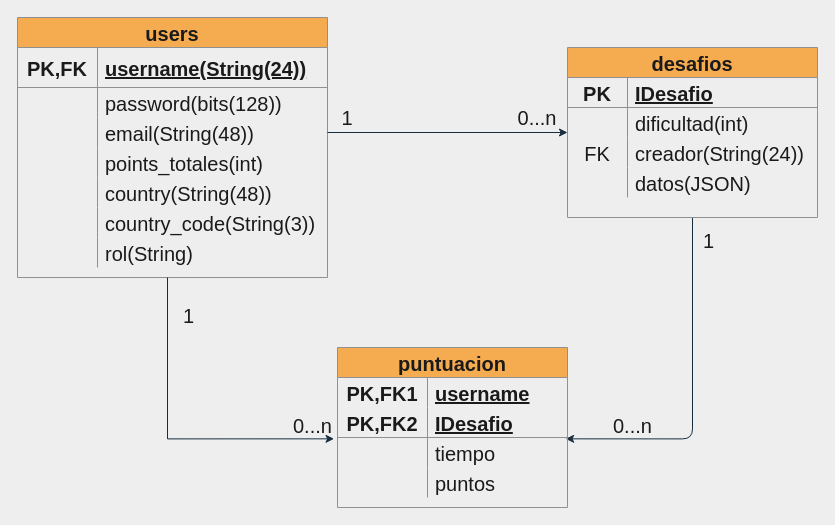
Before: docs/EstructuraDeDatos.drawio in jjg99/ProyectoFinalPAT, a draw.io diagram. Source tidied: cells renumbered, new cells numbered last; positions are measured from the earlier drawing's top-left corner, leaving out a move shared by most shapes. Both pictures are drawn from the tidied source at 100%, with x=0, y=0 at pixel (17, 17).
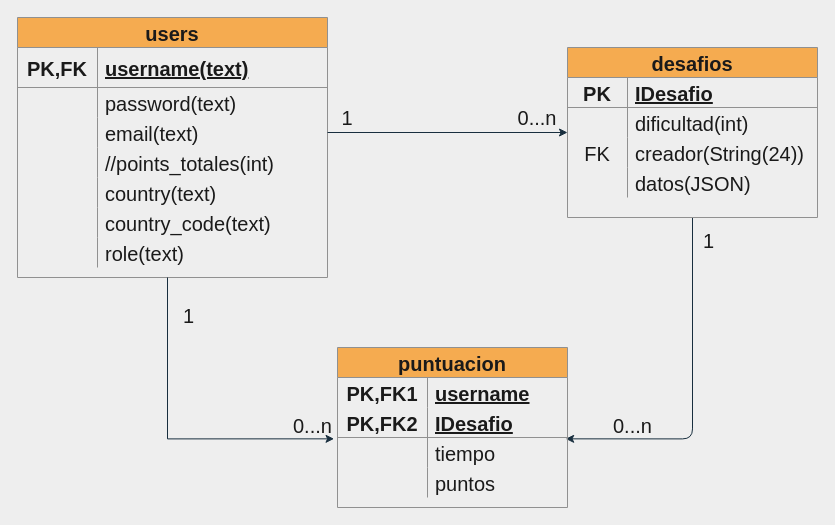
The same diagram, later.

Unchanged cells that the change refers to:
```xml
<mxCell id="3" style="shape=partialRectangle;fillColor=none;top=0;left=0;bottom=1;right=0;strokeColor=#909090;fontColor=#1A1A1A;fontSize=20;" parent="2" vertex="1">
  <mxGeometry y="30" width="310" height="40" as="geometry" />
</mxCell>
<mxCell id="6" style="shape=partialRectangle;fillColor=none;top=0;left=0;bottom=0;right=0;strokeColor=#909090;fontColor=#1A1A1A;fontSize=20;" parent="2" vertex="1">
  <mxGeometry y="70" width="310" height="30" as="geometry" />
</mxCell>
<mxCell id="9" style="shape=partialRectangle;fillColor=none;top=0;left=0;bottom=0;right=0;points=[[0,0.5],[1,0.5]];portConstraint=eastwest;strokeColor=#909090;fontColor=#1A1A1A;fontSize=20;" parent="2" vertex="1">
  <mxGeometry y="100" width="310" height="30" as="geometry" />
</mxCell>
<mxCell id="12" style="shape=partialRectangle;fillColor=none;top=0;left=0;bottom=0;right=0;strokeColor=#909090;fontColor=#1A1A1A;fontSize=20;" parent="2" vertex="1">
  <mxGeometry y="130" width="310" height="30" as="geometry" />
</mxCell>
<mxCell id="15" style="shape=partialRectangle;fillColor=none;top=0;left=0;bottom=0;right=0;strokeColor=#909090;fontColor=#1A1A1A;fontSize=20;" parent="2" vertex="1">
  <mxGeometry y="160" width="310" height="30" as="geometry" />
</mxCell>
<mxCell id="18" style="shape=partialRectangle;fillColor=none;top=0;left=0;bottom=0;right=0;strokeColor=#909090;fontColor=#1A1A1A;fontSize=20;" parent="2" vertex="1">
  <mxGeometry y="190" width="310" height="30" as="geometry" />
</mxCell>
<mxCell id="21" style="shape=partialRectangle;fillColor=none;top=0;left=0;bottom=0;right=0;strokeColor=#909090;fontColor=#1A1A1A;fontSize=20;" parent="2" vertex="1">
  <mxGeometry y="220" width="310" height="30" as="geometry" />
</mxCell>
```

Change to the diagram source:
```diff
@@
-    <mxCell id="5" value="username(String(24))" style="shape=partialRectangle;fillColor=none;top=0;left=0;bottom=0;right=0;align=left;spacingLeft=6;fontStyle=5;overflow=hidden;strokeColor=#909090;fontColor=#1A1A1A;fontSize=20;" parent="3" vertex="1">
+    <mxCell id="5" value="username(text)" style="shape=partialRectangle;fillColor=none;top=0;left=0;bottom=0;right=0;align=left;spacingLeft=6;fontStyle=5;overflow=hidden;strokeColor=#909090;fontColor=#1A1A1A;fontSize=20;" parent="3" vertex="1">
       <mxGeometry x="80" width="230" height="40" as="geometry" />
     </mxCell>
@@
-    <mxCell id="8" value="password(bits(128))" style="shape=partialRectangle;fillColor=none;top=0;left=0;bottom=0;right=0;align=left;spacingLeft=6;overflow=hidden;strokeColor=#909090;fontColor=#1A1A1A;fontSize=20;" parent="6" vertex="1">
+    <mxCell id="8" value="password(text)" style="shape=partialRectangle;fillColor=none;top=0;left=0;bottom=0;right=0;align=left;spacingLeft=6;overflow=hidden;strokeColor=#909090;fontColor=#1A1A1A;fontSize=20;" parent="6" vertex="1">
       <mxGeometry x="80" width="230" height="30" as="geometry" />
     </mxCell>
@@
-    <mxCell id="11" value="email(String(48))" style="shape=partialRectangle;fillColor=none;top=0;left=0;bottom=0;right=0;align=left;spacingLeft=6;overflow=hidden;strokeColor=#909090;fontColor=#1A1A1A;fontSize=20;" parent="9" vertex="1">
+    <mxCell id="11" value="email(text)" style="shape=partialRectangle;fillColor=none;top=0;left=0;bottom=0;right=0;align=left;spacingLeft=6;overflow=hidden;strokeColor=#909090;fontColor=#1A1A1A;fontSize=20;" parent="9" vertex="1">
       <mxGeometry x="80" width="230" height="30" as="geometry" />
     </mxCell>
@@
-    <mxCell id="14" value="points_totales(int)" style="shape=partialRectangle;fillColor=none;top=0;left=0;bottom=0;right=0;align=left;spacingLeft=6;overflow=hidden;strokeColor=#909090;fontColor=#1A1A1A;fontSize=20;" parent="12" vertex="1">
+    <mxCell id="14" value="//points_totales(int)" style="shape=partialRectangle;fillColor=none;top=0;left=0;bottom=0;right=0;align=left;spacingLeft=6;overflow=hidden;strokeColor=#909090;fontColor=#1A1A1A;fontSize=20;" parent="12" vertex="1">
       <mxGeometry x="80" width="230" height="30" as="geometry" />
     </mxCell>
@@
-    <mxCell id="17" value="country(String(48))" style="shape=partialRectangle;fillColor=none;top=0;left=0;bottom=0;right=0;align=left;spacingLeft=6;overflow=hidden;strokeColor=#909090;fontColor=#1A1A1A;fontSize=20;" parent="15" vertex="1">
+    <mxCell id="17" value="country(text)" style="shape=partialRectangle;fillColor=none;top=0;left=0;bottom=0;right=0;align=left;spacingLeft=6;overflow=hidden;strokeColor=#909090;fontColor=#1A1A1A;fontSize=20;" parent="15" vertex="1">
       <mxGeometry x="80" width="230" height="30" as="geometry" />
     </mxCell>
@@
-    <mxCell id="20" value="country_code(String(3))" style="shape=partialRectangle;fillColor=none;top=0;left=0;bottom=0;right=0;align=left;spacingLeft=6;overflow=hidden;strokeColor=#909090;fontColor=#1A1A1A;fontSize=20;" parent="18" vertex="1">
+    <mxCell id="20" value="country_code(text)" style="shape=partialRectangle;fillColor=none;top=0;left=0;bottom=0;right=0;align=left;spacingLeft=6;overflow=hidden;strokeColor=#909090;fontColor=#1A1A1A;fontSize=20;" parent="18" vertex="1">
       <mxGeometry x="80" width="230" height="30" as="geometry" />
     </mxCell>
@@
-    <mxCell id="23" value="rol(String)" style="shape=partialRectangle;fillColor=none;top=0;left=0;bottom=0;right=0;align=left;spacingLeft=6;overflow=hidden;strokeColor=#909090;fontColor=#1A1A1A;fontSize=20;" parent="21" vertex="1">
+    <mxCell id="23" value="role(text)" style="shape=partialRectangle;fillColor=none;top=0;left=0;bottom=0;right=0;align=left;spacingLeft=6;overflow=hidden;strokeColor=#909090;fontColor=#1A1A1A;fontSize=20;" parent="21" vertex="1">
       <mxGeometry x="80" width="230" height="30" as="geometry" />
     </mxCell>
```
